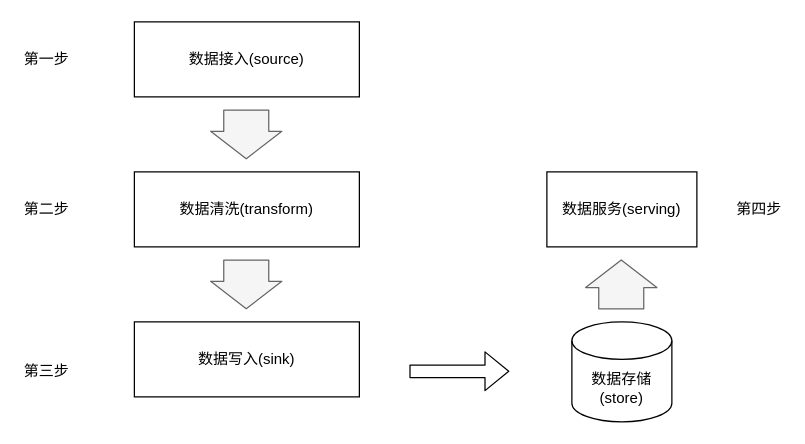
learn2Pro/draw_io_save keeps this draw.io diagram as data_flow.drawio. Above is the earlier version. Source tidied: cells renumbered, new cells numbered last; positions are measured from the earlier drawing's top-left corner, leaving out a move shared by most shapes. Both pictures are drawn from the tidied source at 125%, with x=0, y=0 at pixel (21, 21).
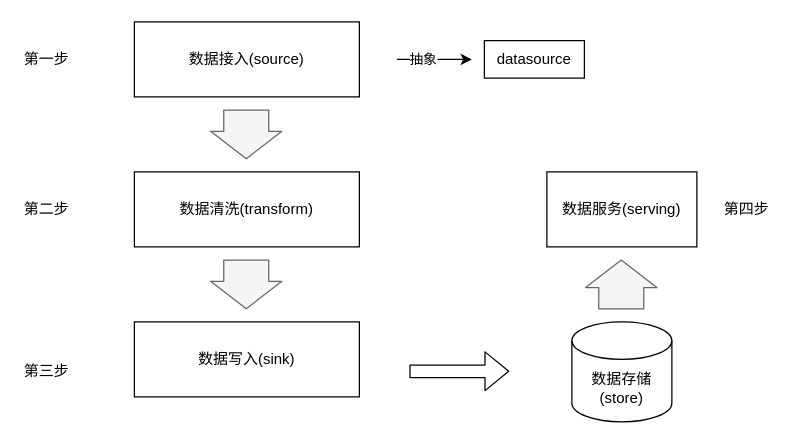
After the change.

The edit, as a diff of the source:
```diff
@@
     <mxCell id="14" value="第四步" style="text;html=1;strokeColor=none;fillColor=none;align=center;verticalAlign=middle;whiteSpace=wrap;rounded=0;" parent="1" vertex="1">
-      <mxGeometry x="570" y="140" width="40" height="20" as="geometry" />
+      <mxGeometry x="560" y="140" width="40" height="20" as="geometry" />
     </mxCell>
+    <mxCell id="15" style="endArrow=classic;html=1;" parent="1" edge="1">
+      <mxGeometry relative="1" as="geometry">
+        <mxPoint x="300" y="30" as="sourcePoint" />
+        <mxPoint x="360" y="30" as="targetPoint" />
+      </mxGeometry>
+    </mxCell>
+    <mxCell id="16" value="抽象" style="edgeLabel;html=1;align=center;verticalAlign=middle;" parent="15" vertex="1">
+      <mxGeometry x="-0.34" y="1" relative="1" as="geometry" />
+    </mxCell>
+    <mxCell id="17" value="datasource" style="rounded=0;whiteSpace=wrap;html=1;fillColor=#FFFFFF;" parent="1" vertex="1">
+      <mxGeometry x="370" y="15" width="80" height="30" as="geometry" />
+    </mxCell>
```
